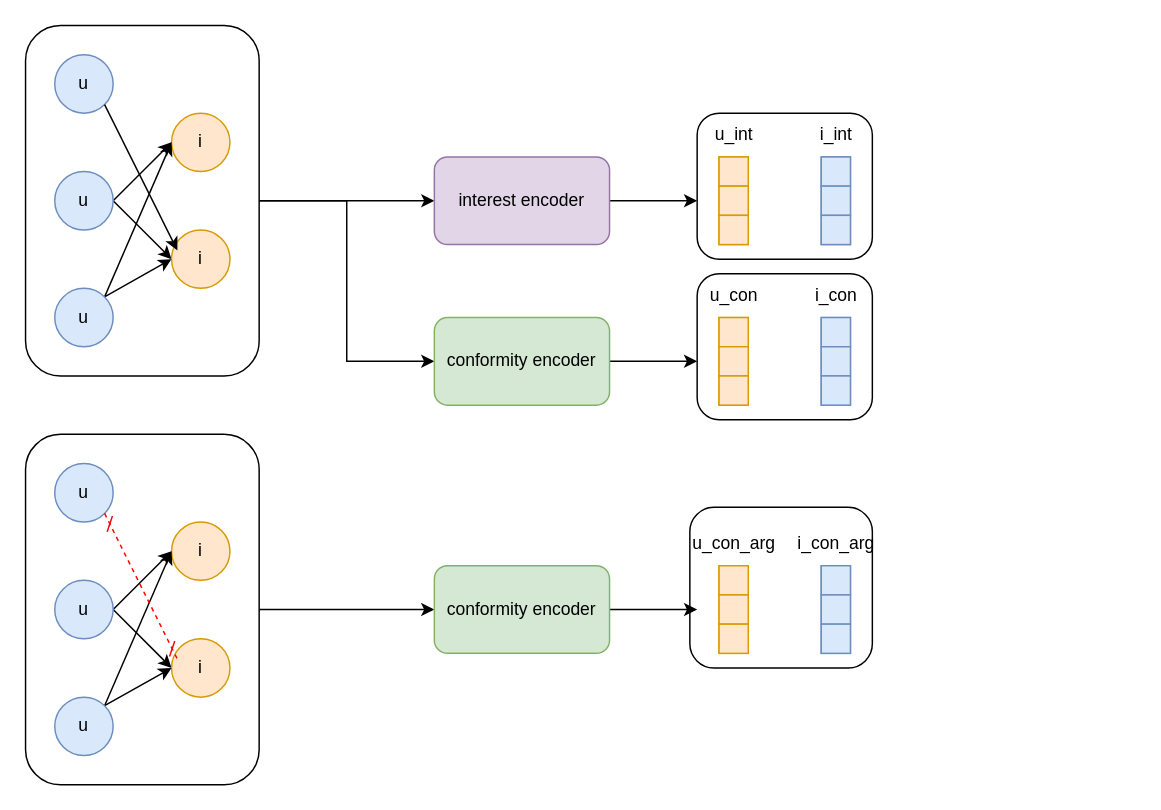
Above: IOFiles/DICE/My_idea_1.drawio in ChenLilStarie/DrawIoFiles (draw.io), before the change. Source tidied: cells renumbered, new cells numbered last; positions are measured from the earlier drawing's top-left corner, leaving out a move shared by most shapes. Both pictures are drawn from the tidied source at 146%, with x=0, y=0 at pixel (25, 25).
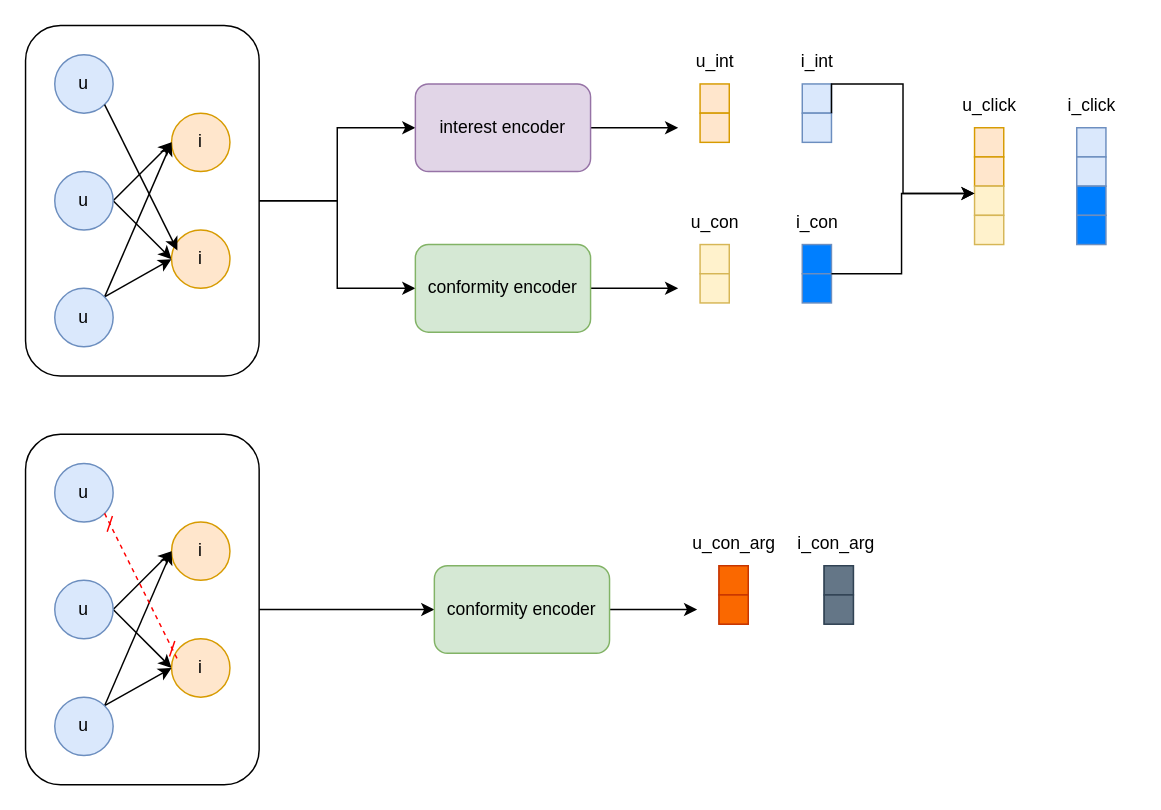
Above is the later version.

The change refers to these unchanged cells:
```xml
<mxCell id="9" style="rounded=1;whiteSpace=wrap;html=1;" parent="1" vertex="1">
  <mxGeometry width="160" height="240" as="geometry" />
</mxCell>
```

Diff of the diagram source:
```diff
@@
-    <mxCell id="2" style="rounded=1;whiteSpace=wrap;html=1;" parent="1" vertex="1">
-      <mxGeometry x="455" y="330" width="125" height="110" as="geometry" />
-    </mxCell>
-    <mxCell id="3" style="rounded=1;whiteSpace=wrap;html=1;" parent="1" vertex="1">
-      <mxGeometry x="460" y="170" width="120" height="100" as="geometry" />
-    </mxCell>
-    <mxCell id="4" style="rounded=1;whiteSpace=wrap;html=1;" parent="1" vertex="1">
-      <mxGeometry x="460" y="60" width="120" height="100" as="geometry" />
-    </mxCell>
@@
-    <mxCell id="7" style="edgeStyle=orthogonalEdgeStyle;rounded=0;jettySize=auto;html=1;exitX=1;exitY=0.5;exitDx=0;exitDy=0;" parent="1" edge="1" source="9">
-      <mxGeometry relative="1" as="geometry">
-        <mxPoint x="280" y="120" as="targetPoint" />
-      </mxGeometry>
-    </mxCell>
@@
+    <mxCell id="69" style="edgeStyle=orthogonalEdgeStyle;rounded=0;jettySize=auto;html=1;exitX=1;exitY=0.5;exitDx=0;exitDy=0;entryX=0;entryY=0.5;entryDx=0;entryDy=0;" parent="1" edge="1" source="9" target="31">
+      <mxGeometry relative="1" as="geometry" />
+    </mxCell>
@@
     <mxCell id="30" style="edgeStyle=orthogonalEdgeStyle;rounded=0;jettySize=auto;html=1;exitX=1;exitY=0.5;exitDx=0;exitDy=0;" parent="1" edge="1" source="31">
       <mxGeometry relative="1" as="geometry">
-        <mxPoint x="460" y="120" as="targetPoint" />
+        <mxPoint x="447" y="70" as="targetPoint" />
       </mxGeometry>
     </mxCell>
     <mxCell id="31" value="interest encoder" style="rounded=1;whiteSpace=wrap;html=1;fillColor=#e1d5e7;strokeColor=#9673a6;" parent="1" vertex="1">
-      <mxGeometry x="280" y="90" width="120" height="60" as="geometry" />
+      <mxGeometry x="267" y="40" width="120" height="60" as="geometry" />
     </mxCell>
     <mxCell id="32" style="edgeStyle=orthogonalEdgeStyle;rounded=0;jettySize=auto;html=1;exitX=1;exitY=0.5;exitDx=0;exitDy=0;" parent="1" edge="1" source="33">
       <mxGeometry relative="1" as="geometry">
-        <mxPoint x="460" y="230" as="targetPoint" />
+        <mxPoint x="447" y="180" as="targetPoint" />
       </mxGeometry>
     </mxCell>
     <mxCell id="33" value="conformity encoder" style="rounded=1;whiteSpace=wrap;html=1;fillColor=#d5e8d4;strokeColor=#82b366;" parent="1" vertex="1">
-      <mxGeometry x="280" y="200" width="120" height="60" as="geometry" />
+      <mxGeometry x="267" y="150" width="120" height="60" as="geometry" />
     </mxCell>
@@
-    <mxCell id="36" style="group;fillColor=#ffe6cc;strokeColor=#d79b00;" parent="1" vertex="1">
-      <mxGeometry x="475" y="370" width="20" height="60" as="geometry" />
-    </mxCell>
+    <mxCell id="40" value="u_con_arg" style="text;html=1;align=center;verticalAlign=middle;strokeColor=none;fillColor=none;" parent="1" vertex="1">
+      <mxGeometry x="445" y="340" width="80" height="30" as="geometry" />
+    </mxCell>
+    <mxCell id="51" value="u_int" style="text;html=1;align=center;verticalAlign=middle;strokeColor=none;fillColor=none;" parent="1" vertex="1">
+      <mxGeometry x="447" y="10" width="50" height="30" as="geometry" />
+    </mxCell>
+    <mxCell id="68" value="u_con" style="text;html=1;align=center;verticalAlign=middle;strokeColor=none;fillColor=none;" parent="1" vertex="1">
+      <mxGeometry x="442" y="120" width="60" height="30" as="geometry" />
+    </mxCell>
+    <mxCell id="57" value="i_int" style="text;html=1;align=center;verticalAlign=middle;strokeColor=none;fillColor=none;" parent="1" vertex="1">
+      <mxGeometry x="517" y="10" width="50" height="30" as="geometry" />
+    </mxCell>
+    <mxCell id="59" value="i_con" style="text;html=1;align=center;verticalAlign=middle;strokeColor=none;fillColor=none;" parent="1" vertex="1">
+      <mxGeometry x="517" y="120" width="50" height="30" as="geometry" />
+    </mxCell>
+    <mxCell id="46" value="i_con_arg" style="text;html=1;align=center;verticalAlign=middle;strokeColor=none;fillColor=none;" parent="1" vertex="1">
+      <mxGeometry x="515" y="340" width="80" height="30" as="geometry" />
+    </mxCell>
+    <mxCell id="70" style="group;" parent="1" vertex="1">
+      <mxGeometry x="462" y="150" width="20" height="40" as="geometry" />
+    </mxCell>
+    <mxCell id="65" style="whiteSpace=wrap;html=1;fillColor=#fff2cc;strokeColor=#d6b656;" parent="70" vertex="1">
+      <mxGeometry width="20" height="20" as="geometry" />
+    </mxCell>
+    <mxCell id="66" style="whiteSpace=wrap;html=1;fillColor=#fff2cc;strokeColor=#d6b656;" parent="70" vertex="1">
+      <mxGeometry y="20" width="20" height="20" as="geometry" />
+    </mxCell>
+    <mxCell id="71" style="group;fillColor=#fa6800;fontColor=#000000;strokeColor=#C73500;" parent="1" vertex="1">
+      <mxGeometry x="475" y="370" width="20" height="40" as="geometry" />
+    </mxCell>
+    <mxCell id="72" style="whiteSpace=wrap;html=1;fillColor=#fa6800;strokeColor=#C73500;fontColor=#000000;" parent="71" vertex="1">
+      <mxGeometry width="20" height="20" as="geometry" />
+    </mxCell>
+    <mxCell id="73" style="whiteSpace=wrap;html=1;fillColor=#fa6800;strokeColor=#C73500;fontColor=#000000;" parent="71" vertex="1">
+      <mxGeometry y="20" width="20" height="20" as="geometry" />
+    </mxCell>
+    <mxCell id="74" style="group;" parent="1" vertex="1">
+      <mxGeometry x="532" y="150" width="20" height="40" as="geometry" />
+    </mxCell>
+    <mxCell id="61" style="whiteSpace=wrap;html=1;fillColor=#007FFF;strokeColor=#6c8ebf;" parent="74" vertex="1">
+      <mxGeometry width="20" height="20" as="geometry" />
+    </mxCell>
+    <mxCell id="62" style="whiteSpace=wrap;html=1;fillColor=#007FFF;strokeColor=#6c8ebf;" parent="74" vertex="1">
+      <mxGeometry y="20" width="20" height="20" as="geometry" />
+    </mxCell>
+    <mxCell id="75" style="group;" parent="1" vertex="1">
+      <mxGeometry x="532" y="40" width="20" height="40" as="geometry" />
+    </mxCell>
+    <mxCell id="54" style="whiteSpace=wrap;html=1;fillColor=#dae8fc;strokeColor=#6c8ebf;" parent="75" vertex="1">
+      <mxGeometry width="20" height="20" as="geometry" />
+    </mxCell>
+    <mxCell id="55" style="whiteSpace=wrap;html=1;fillColor=#dae8fc;strokeColor=#6c8ebf;" parent="75" vertex="1">
+      <mxGeometry y="20" width="20" height="20" as="geometry" />
+    </mxCell>
+    <mxCell id="76" style="group;" parent="1" vertex="1">
+      <mxGeometry x="462" y="40" width="20" height="40" as="geometry" />
+    </mxCell>
+    <mxCell id="48" style="whiteSpace=wrap;html=1;fillColor=#ffe6cc;strokeColor=#d79b00;" parent="76" vertex="1">
+      <mxGeometry width="20" height="20" as="geometry" />
+    </mxCell>
+    <mxCell id="49" style="whiteSpace=wrap;html=1;fillColor=#ffe6cc;strokeColor=#d79b00;" parent="76" vertex="1">
+      <mxGeometry y="20" width="20" height="20" as="geometry" />
+    </mxCell>
+    <mxCell id="77" style="group;fillColor=#647687;fontColor=#ffffff;strokeColor=#314354;" parent="1" vertex="1">
+      <mxGeometry x="547" y="370" width="20" height="40" as="geometry" />
+    </mxCell>
+    <mxCell id="78" style="whiteSpace=wrap;html=1;fillColor=#647687;strokeColor=#314354;fontColor=#ffffff;" parent="77" vertex="1">
+      <mxGeometry width="20" height="20" as="geometry" />
+    </mxCell>
+    <mxCell id="79" style="whiteSpace=wrap;html=1;fillColor=#647687;strokeColor=#314354;fontColor=#ffffff;" parent="77" vertex="1">
+      <mxGeometry y="20" width="20" height="20" as="geometry" />
+    </mxCell>
+    <mxCell id="80" style="group;" parent="1" vertex="1">
+      <mxGeometry x="650" y="70" width="20" height="40" as="geometry" />
+    </mxCell>
-    <mxCell id="37" style="whiteSpace=wrap;html=1;fillColor=#ffe6cc;strokeColor=#d79b00;" parent="36" vertex="1">
+    <mxCell id="37" style="whiteSpace=wrap;html=1;fillColor=#ffe6cc;strokeColor=#d79b00;" parent="80" vertex="1">
       <mxGeometry width="20" height="20" as="geometry" />
     </mxCell>
-    <mxCell id="38" style="whiteSpace=wrap;html=1;fillColor=#ffe6cc;strokeColor=#d79b00;" parent="36" vertex="1">
+    <mxCell id="38" style="whiteSpace=wrap;html=1;fillColor=#ffe6cc;strokeColor=#d79b00;" parent="80" vertex="1">
       <mxGeometry y="20" width="20" height="20" as="geometry" />
     </mxCell>
-    <mxCell id="39" style="whiteSpace=wrap;html=1;fillColor=#ffe6cc;strokeColor=#d79b00;" parent="36" vertex="1">
-      <mxGeometry y="40" width="20" height="20" as="geometry" />
-    </mxCell>
-    <mxCell id="40" value="u_con_arg" style="text;html=1;align=center;verticalAlign=middle;strokeColor=none;fillColor=none;" parent="1" vertex="1">
-      <mxGeometry x="445" y="340" width="80" height="30" as="geometry" />
-    </mxCell>
-    <mxCell id="41" style="group;" parent="1" vertex="1">
-      <mxGeometry x="515" y="340" width="80" height="90" as="geometry" />
-    </mxCell>
-    <mxCell id="42" style="group;fillColor=#dae8fc;strokeColor=#6c8ebf;" parent="41" vertex="1">
-      <mxGeometry x="30" y="30" width="20" height="60" as="geometry" />
-    </mxCell>
+    <mxCell id="81" style="group;" parent="1" vertex="1">
+      <mxGeometry x="650" y="110" width="20" height="40" as="geometry" />
+    </mxCell>
+    <mxCell id="82" style="whiteSpace=wrap;html=1;fillColor=#fff2cc;strokeColor=#d6b656;" parent="81" vertex="1">
+      <mxGeometry width="20" height="20" as="geometry" />
+    </mxCell>
+    <mxCell id="83" style="whiteSpace=wrap;html=1;fillColor=#fff2cc;strokeColor=#d6b656;" parent="81" vertex="1">
+      <mxGeometry y="20" width="20" height="20" as="geometry" />
+    </mxCell>
+    <mxCell id="84" value="u_click" style="text;html=1;align=center;verticalAlign=middle;strokeColor=none;fillColor=none;" parent="1" vertex="1">
+      <mxGeometry x="630" y="40" width="60" height="30" as="geometry" />
+    </mxCell>
+    <mxCell id="85" style="group;" parent="1" vertex="1">
+      <mxGeometry x="720" y="70" width="20" height="80" as="geometry" />
+    </mxCell>
+    <mxCell id="86" style="group;" parent="85" vertex="1">
+      <mxGeometry width="20" height="40" as="geometry" />
+    </mxCell>
-    <mxCell id="43" style="whiteSpace=wrap;html=1;fillColor=#dae8fc;strokeColor=#6c8ebf;" parent="42" vertex="1">
+    <mxCell id="43" style="whiteSpace=wrap;html=1;fillColor=#dae8fc;strokeColor=#6c8ebf;" parent="86" vertex="1">
       <mxGeometry width="20" height="20" as="geometry" />
     </mxCell>
-    <mxCell id="44" style="whiteSpace=wrap;html=1;fillColor=#dae8fc;strokeColor=#6c8ebf;" parent="42" vertex="1">
+    <mxCell id="44" style="whiteSpace=wrap;html=1;fillColor=#dae8fc;strokeColor=#6c8ebf;" parent="86" vertex="1">
       <mxGeometry y="20" width="20" height="20" as="geometry" />
     </mxCell>
-    <mxCell id="45" style="whiteSpace=wrap;html=1;fillColor=#dae8fc;strokeColor=#6c8ebf;" parent="42" vertex="1">
-      <mxGeometry y="40" width="20" height="20" as="geometry" />
-    </mxCell>
-    <mxCell id="46" value="i_con_arg" style="text;html=1;align=center;verticalAlign=middle;strokeColor=none;fillColor=none;" parent="41" vertex="1">
-      <mxGeometry width="80" height="30" as="geometry" />
-    </mxCell>
-    <mxCell id="47" style="group;fillColor=#ffe6cc;strokeColor=#d79b00;" parent="1" vertex="1">
-      <mxGeometry x="475" y="90" width="20" height="60" as="geometry" />
-    </mxCell>
-    <mxCell id="48" style="whiteSpace=wrap;html=1;fillColor=#ffe6cc;strokeColor=#d79b00;" parent="47" vertex="1">
-      <mxGeometry width="20" height="20" as="geometry" />
-    </mxCell>
-    <mxCell id="49" style="whiteSpace=wrap;html=1;fillColor=#ffe6cc;strokeColor=#d79b00;" parent="47" vertex="1">
-      <mxGeometry y="20" width="20" height="20" as="geometry" />
-    </mxCell>
-    <mxCell id="50" style="whiteSpace=wrap;html=1;fillColor=#ffe6cc;strokeColor=#d79b00;" parent="47" vertex="1">
-      <mxGeometry y="40" width="20" height="20" as="geometry" />
-    </mxCell>
-    <mxCell id="51" value="u_int" style="text;html=1;align=center;verticalAlign=middle;strokeColor=none;fillColor=none;" parent="1" vertex="1">
-      <mxGeometry x="460" y="60" width="50" height="30" as="geometry" />
-    </mxCell>
-    <mxCell id="52" style="group;" parent="1" vertex="1">
-      <mxGeometry x="530" y="60" width="50" height="90" as="geometry" />
-    </mxCell>
-    <mxCell id="53" style="group;fillColor=#dae8fc;strokeColor=#6c8ebf;" parent="52" vertex="1">
-      <mxGeometry x="15" y="30" width="20" height="60" as="geometry" />
-    </mxCell>
-    <mxCell id="54" style="whiteSpace=wrap;html=1;fillColor=#dae8fc;strokeColor=#6c8ebf;" parent="53" vertex="1">
-      <mxGeometry width="20" height="20" as="geometry" />
-    </mxCell>
-    <mxCell id="55" style="whiteSpace=wrap;html=1;fillColor=#dae8fc;strokeColor=#6c8ebf;" parent="53" vertex="1">
-      <mxGeometry y="20" width="20" height="20" as="geometry" />
-    </mxCell>
-    <mxCell id="56" style="whiteSpace=wrap;html=1;fillColor=#dae8fc;strokeColor=#6c8ebf;" parent="53" vertex="1">
-      <mxGeometry y="40" width="20" height="20" as="geometry" />
-    </mxCell>
-    <mxCell id="57" value="i_int" style="text;html=1;align=center;verticalAlign=middle;strokeColor=none;fillColor=none;" parent="52" vertex="1">
-      <mxGeometry width="50" height="30" as="geometry" />
-    </mxCell>
-    <mxCell id="58" style="group;" parent="1" vertex="1">
-      <mxGeometry x="530" y="170" width="50" height="95" as="geometry" />
-    </mxCell>
-    <mxCell id="59" value="i_con" style="text;html=1;align=center;verticalAlign=middle;strokeColor=none;fillColor=none;" parent="58" vertex="1">
-      <mxGeometry width="50" height="30" as="geometry" />
-    </mxCell>
-    <mxCell id="60" style="group;fillColor=#dae8fc;strokeColor=#6c8ebf;" parent="58" vertex="1">
-      <mxGeometry x="15" y="30" width="20" height="60" as="geometry" />
-    </mxCell>
-    <mxCell id="61" style="whiteSpace=wrap;html=1;fillColor=#dae8fc;strokeColor=#6c8ebf;" parent="60" vertex="1">
-      <mxGeometry width="20" height="20" as="geometry" />
-    </mxCell>
-    <mxCell id="62" style="whiteSpace=wrap;html=1;fillColor=#dae8fc;strokeColor=#6c8ebf;" parent="60" vertex="1">
-      <mxGeometry y="20" width="20" height="20" as="geometry" />
-    </mxCell>
-    <mxCell id="63" style="whiteSpace=wrap;html=1;fillColor=#dae8fc;strokeColor=#6c8ebf;" parent="60" vertex="1">
-      <mxGeometry y="40" width="20" height="20" as="geometry" />
-    </mxCell>
-    <mxCell id="64" style="group;fillColor=#ffe6cc;strokeColor=#d79b00;" parent="1" vertex="1">
-      <mxGeometry x="475" y="200" width="20" height="60" as="geometry" />
-    </mxCell>
-    <mxCell id="65" style="whiteSpace=wrap;html=1;fillColor=#ffe6cc;strokeColor=#d79b00;" parent="64" vertex="1">
-      <mxGeometry width="20" height="20" as="geometry" />
-    </mxCell>
-    <mxCell id="66" style="whiteSpace=wrap;html=1;fillColor=#ffe6cc;strokeColor=#d79b00;" parent="64" vertex="1">
-      <mxGeometry y="20" width="20" height="20" as="geometry" />
-    </mxCell>
-    <mxCell id="67" style="whiteSpace=wrap;html=1;fillColor=#ffe6cc;strokeColor=#d79b00;" parent="64" vertex="1">
-      <mxGeometry y="40" width="20" height="20" as="geometry" />
-    </mxCell>
-    <mxCell id="68" value="u_con" style="text;html=1;align=center;verticalAlign=middle;strokeColor=none;fillColor=none;" parent="1" vertex="1">
-      <mxGeometry x="455" y="170" width="60" height="30" as="geometry" />
-    </mxCell>
+    <mxCell id="87" style="group;" parent="85" vertex="1">
+      <mxGeometry y="40" width="20" height="40" as="geometry" />
+    </mxCell>
+    <mxCell id="88" style="whiteSpace=wrap;html=1;fillColor=#007FFF;strokeColor=#6c8ebf;" parent="87" vertex="1">
+      <mxGeometry width="20" height="20" as="geometry" />
+    </mxCell>
+    <mxCell id="89" style="whiteSpace=wrap;html=1;fillColor=#007FFF;strokeColor=#6c8ebf;" parent="87" vertex="1">
+      <mxGeometry y="20" width="20" height="20" as="geometry" />
+    </mxCell>
+    <mxCell id="90" value="i_click" style="text;html=1;align=center;verticalAlign=middle;strokeColor=none;fillColor=none;" parent="1" vertex="1">
+      <mxGeometry x="700" y="40" width="60" height="30" as="geometry" />
+    </mxCell>
+    <mxCell id="91" style="edgeStyle=orthogonalEdgeStyle;rounded=0;jettySize=auto;html=1;exitX=1;exitY=0;exitDx=0;exitDy=0;entryX=0;entryY=0.25;entryDx=0;entryDy=0;" parent="1" edge="1" source="55" target="82">
+      <mxGeometry relative="1" as="geometry" />
+    </mxCell>
+    <mxCell id="92" style="edgeStyle=orthogonalEdgeStyle;rounded=0;jettySize=auto;html=1;exitX=1;exitY=0;exitDx=0;exitDy=0;entryX=0;entryY=0.25;entryDx=0;entryDy=0;" parent="1" edge="1" source="62" target="82">
+      <mxGeometry relative="1" as="geometry">
+        <Array as="points">
+          <mxPoint x="600" y="170" />
+          <mxPoint x="600" y="115" />
+        </Array>
+      </mxGeometry>
+    </mxCell>
```
